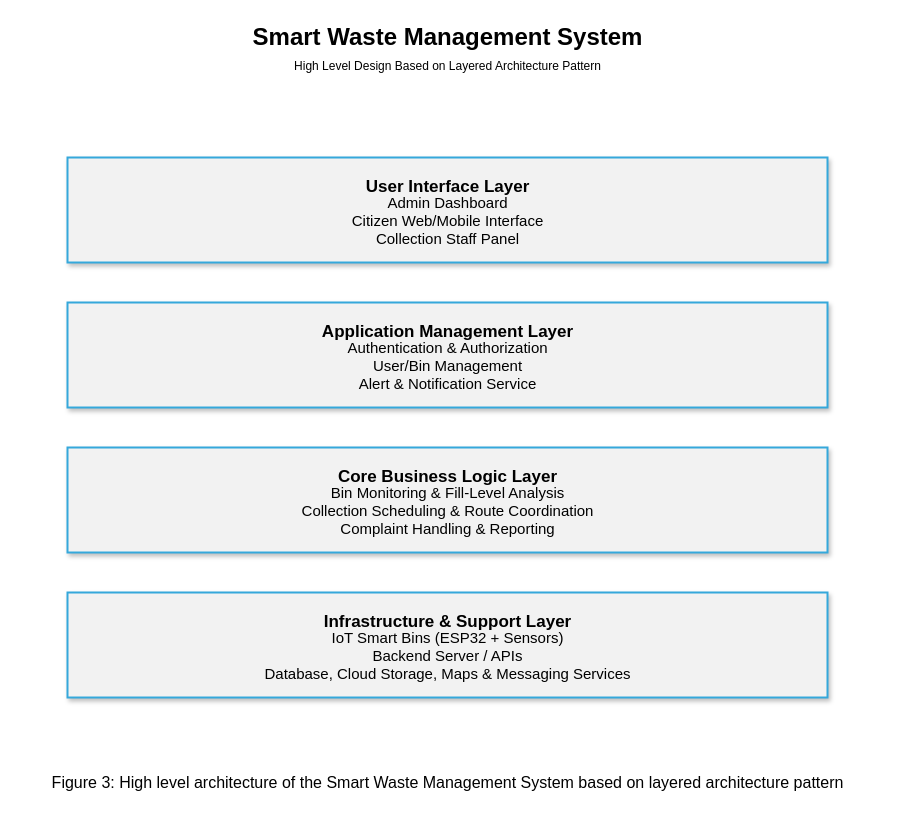
Earlier version of the draw.io diagram Documentation/High-Level-Architecture.drawio (nknilandu/EcoWaste-Smart-Waste-Management-System). Source tidied: cells renumbered, new cells numbered last; positions are measured from the earlier drawing's top-left corner, leaving out a move shared by most shapes. Both pictures are drawn from the tidied source at 100%, with x=0, y=0 at pixel (17, 17).
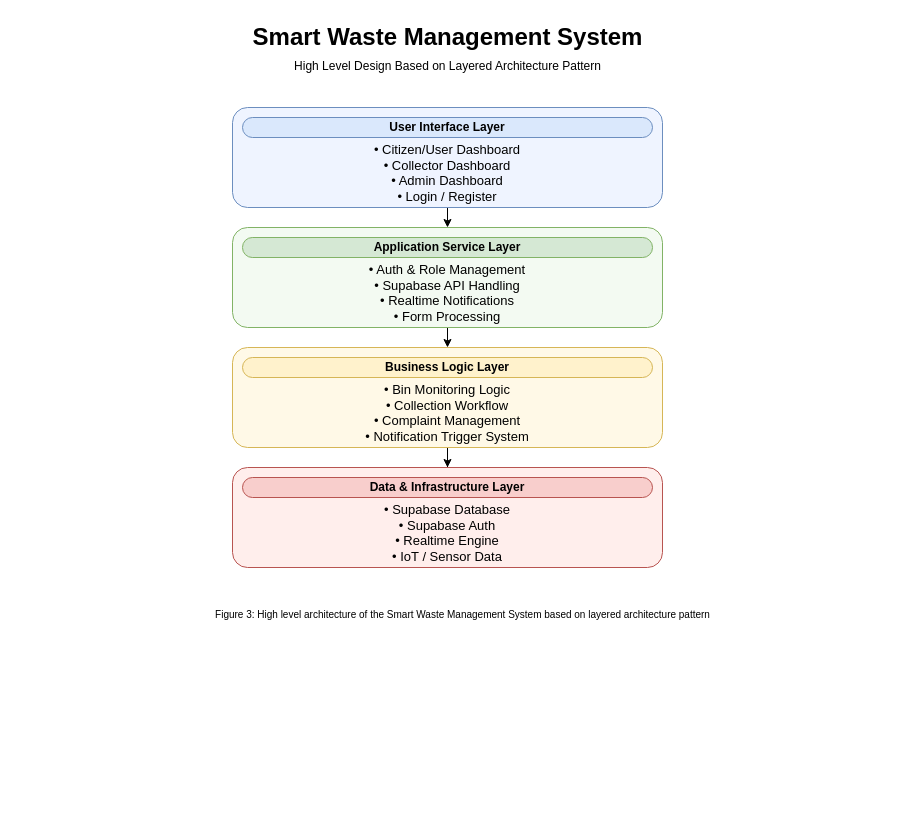
The same diagram, later.

The edit, as a diff of the source:
```diff
@@
 <mxGraphModel>
   <root>
     <mxCell id="0" />
     <mxCell id="1" parent="0" />
     <mxCell id="2" value="Smart Waste Management System" style="text;html=1;align=center;verticalAlign=middle;fontSize=24;fontStyle=1;strokeColor=none;fillColor=none;" parent="1" vertex="1">
       <mxGeometry x="130" width="600" height="40" as="geometry" />
     </mxCell>
     <mxCell id="3" value="High Level Design Based on Layered Architecture Pattern" style="text;html=1;align=center;verticalAlign=middle;fontSize=12;strokeColor=none;fillColor=none;" parent="1" vertex="1">
       <mxGeometry x="140" y="38" width="580" height="22" as="geometry" />
     </mxCell>
-    <mxCell id="4" style="rounded=0;whiteSpace=wrap;html=1;fillColor=#f2f2f2;strokeColor=#35A8DB;strokeWidth=2;shadow=1;" parent="1" vertex="1">
-      <mxGeometry x="50" y="140" width="760" height="105" as="geometry" />
-    </mxCell>
+    <mxCell id="16" value="&lt;font style=&quot;font-size: 10px;&quot;&gt;Figure 3: High level architecture of the Smart Waste Management System based on layered architecture pattern&lt;/font&gt;" style="text;html=1;align=center;verticalAlign=middle;fontSize=16;strokeColor=none;fillColor=none;" parent="1" vertex="1">
+      <mxGeometry x="15" y="580" width="860" height="30" as="geometry" />
+    </mxCell>
+    <mxCell id="17" style="edgeStyle=orthogonalEdgeStyle;rounded=0;jettySize=auto;html=1;exitX=0.5;exitY=1;exitDx=0;exitDy=0;entryX=0.5;entryY=0;entryDx=0;entryDy=0;" parent="1" edge="1" source="18" target="20">
+      <mxGeometry relative="1" as="geometry" />
+    </mxCell>
+    <mxCell id="18" value="&lt;div&gt;&lt;font style=&quot;font-size: 13px;&quot;&gt;&lt;br&gt;&lt;/font&gt;&lt;/div&gt;&lt;font style=&quot;font-size: 13px;&quot;&gt;&lt;br&gt;• Citizen/User Dashboard&lt;br&gt;• Collector Dashboard&lt;br&gt;• Admin Dashboard&lt;br&gt;• Login / Register&lt;/font&gt;" style="rounded=1;whiteSpace=wrap;html=1;fillColor=#EFF4FF;strokeColor=#6c8ebf;" parent="1" vertex="1">
+      <mxGeometry x="215" y="90" width="430" height="100" as="geometry" />
+    </mxCell>
+    <mxCell id="19" style="edgeStyle=orthogonalEdgeStyle;rounded=0;jettySize=auto;html=1;exitX=0.5;exitY=1;exitDx=0;exitDy=0;entryX=0.5;entryY=0;entryDx=0;entryDy=0;" parent="1" edge="1" source="20" target="22">
+      <mxGeometry relative="1" as="geometry" />
+    </mxCell>
+    <mxCell id="20" value="&lt;div&gt;&lt;font style=&quot;font-size: 13px;&quot;&gt;&lt;br&gt;&lt;/font&gt;&lt;/div&gt;&lt;font style=&quot;font-size: 13px;&quot;&gt;&lt;br&gt;• Auth &amp;amp; Role Management&lt;br&gt;• Supabase API Handling&lt;br&gt;• Realtime Notifications&lt;br&gt;• Form Processing&lt;/font&gt;" style="rounded=1;whiteSpace=wrap;html=1;fillColor=#F3FAF2;strokeColor=#82b366;" parent="1" vertex="1">
+      <mxGeometry x="215" y="210" width="430" height="100" as="geometry" />
+    </mxCell>
+    <mxCell id="21" style="edgeStyle=orthogonalEdgeStyle;rounded=0;jettySize=auto;html=1;exitX=0.5;exitY=1;exitDx=0;exitDy=0;" parent="1" edge="1" source="22" target="23">
+      <mxGeometry relative="1" as="geometry" />
+    </mxCell>
+    <mxCell id="22" value="&lt;div&gt;&lt;font style=&quot;font-size: 13px;&quot;&gt;&lt;br&gt;&lt;/font&gt;&lt;/div&gt;&lt;font style=&quot;font-size: 13px;&quot;&gt;&lt;br&gt;• Bin Monitoring Logic&lt;br&gt;• Collection Workflow&lt;br&gt;• Complaint Management&lt;br&gt;• Notification Trigger System&lt;/font&gt;" style="rounded=1;whiteSpace=wrap;html=1;fillColor=#FFF9E7;strokeColor=#d6b656;" parent="1" vertex="1">
+      <mxGeometry x="215" y="330" width="430" height="100" as="geometry" />
+    </mxCell>
+    <mxCell id="23" value="&lt;div&gt;&lt;font style=&quot;font-size: 13px;&quot;&gt;&lt;br&gt;&lt;/font&gt;&lt;/div&gt;&lt;font style=&quot;font-size: 13px;&quot;&gt;&lt;br&gt;• Supabase Database&lt;br&gt;• Supabase Auth&lt;br&gt;• Realtime Engine&lt;br&gt;• IoT / Sensor Data&lt;/font&gt;" style="rounded=1;whiteSpace=wrap;html=1;fillColor=#FFEEEC;strokeColor=#b85450;" parent="1" vertex="1">
+      <mxGeometry x="215" y="450" width="430" height="100" as="geometry" />
+    </mxCell>
-    <mxCell id="5" value="User Interface Layer" style="text;html=1;align=center;verticalAlign=middle;fontSize=17;fontStyle=1;strokeColor=none;fillColor=none;" parent="1" vertex="1">
-      <mxGeometry x="100" y="156" width="660" height="28" as="geometry" />
+    <mxCell id="5" value="&lt;b&gt;User Interface Layer&lt;/b&gt;" style="rounded=1;whiteSpace=wrap;html=1;fillColor=#dae8fc;strokeColor=#6c8ebf;arcSize=50;" parent="1" vertex="1">
+      <mxGeometry x="225" y="100" width="410" height="20" as="geometry" />
     </mxCell>
-    <mxCell id="6" value="Admin Dashboard&lt;br/&gt;Citizen Web/Mobile Interface&lt;br/&gt;Collection Staff Panel" style="text;html=1;align=center;verticalAlign=middle;fontSize=15;strokeColor=none;fillColor=none;" parent="1" vertex="1">
-      <mxGeometry x="90" y="184" width="680" height="38" as="geometry" />
-    </mxCell>
-    <mxCell id="7" style="rounded=0;whiteSpace=wrap;html=1;fillColor=#f2f2f2;strokeColor=#35A8DB;strokeWidth=2;shadow=1;" parent="1" vertex="1">
-      <mxGeometry x="50" y="285" width="760" height="105" as="geometry" />
-    </mxCell>
-    <mxCell id="8" value="Application Management Layer" style="text;html=1;align=center;verticalAlign=middle;fontSize=17;fontStyle=1;strokeColor=none;fillColor=none;" parent="1" vertex="1">
-      <mxGeometry x="100" y="301" width="660" height="28" as="geometry" />
-    </mxCell>
-    <mxCell id="9" value="Authentication &amp;amp; Authorization&lt;br/&gt;User/Bin Management&lt;br/&gt;Alert &amp;amp; Notification Service" style="text;html=1;align=center;verticalAlign=middle;fontSize=15;strokeColor=none;fillColor=none;" parent="1" vertex="1">
-      <mxGeometry x="90" y="329" width="680" height="38" as="geometry" />
-    </mxCell>
-    <mxCell id="10" style="rounded=0;whiteSpace=wrap;html=1;fillColor=#f2f2f2;strokeColor=#35A8DB;strokeWidth=2;shadow=1;" parent="1" vertex="1">
-      <mxGeometry x="50" y="430" width="760" height="105" as="geometry" />
-    </mxCell>
-    <mxCell id="11" value="Core Business Logic Layer" style="text;html=1;align=center;verticalAlign=middle;fontSize=17;fontStyle=1;strokeColor=none;fillColor=none;" parent="1" vertex="1">
-      <mxGeometry x="100" y="446" width="660" height="28" as="geometry" />
-    </mxCell>
-    <mxCell id="12" value="Bin Monitoring &amp;amp; Fill-Level Analysis&lt;br/&gt;Collection Scheduling &amp;amp; Route Coordination&lt;br/&gt;Complaint Handling &amp;amp; Reporting" style="text;html=1;align=center;verticalAlign=middle;fontSize=15;strokeColor=none;fillColor=none;" parent="1" vertex="1">
-      <mxGeometry x="90" y="474" width="680" height="38" as="geometry" />
-    </mxCell>
-    <mxCell id="13" style="rounded=0;whiteSpace=wrap;html=1;fillColor=#f2f2f2;strokeColor=#35A8DB;strokeWidth=2;shadow=1;perimeterSpacing=0;" parent="1" vertex="1">
-      <mxGeometry x="50" y="575" width="760" height="105" as="geometry" />
-    </mxCell>
-    <mxCell id="14" value="Infrastructure &amp;amp; Support Layer" style="text;html=1;align=center;verticalAlign=middle;fontSize=17;fontStyle=1;strokeColor=none;fillColor=none;" parent="1" vertex="1">
-      <mxGeometry x="100" y="591" width="660" height="28" as="geometry" />
-    </mxCell>
-    <mxCell id="15" value="IoT Smart Bins (ESP32 + Sensors)&lt;br/&gt;Backend Server / APIs&lt;br/&gt;Database, Cloud Storage, Maps &amp;amp; Messaging Services" style="text;html=1;align=center;verticalAlign=middle;fontSize=15;strokeColor=none;fillColor=none;" parent="1" vertex="1">
-      <mxGeometry x="90" y="619" width="680" height="38" as="geometry" />
-    </mxCell>
-    <mxCell id="16" value="Figure 3: High level architecture of the Smart Waste Management System based on layered architecture pattern" style="text;html=1;align=center;verticalAlign=middle;fontSize=16;strokeColor=none;fillColor=none;" parent="1" vertex="1">
-      <mxGeometry y="750" width="860" height="30" as="geometry" />
-    </mxCell>
+    <mxCell id="24" value="&lt;b&gt;Application Service Layer&lt;/b&gt;" style="rounded=1;whiteSpace=wrap;html=1;fillColor=#d5e8d4;strokeColor=#82b366;arcSize=49;" parent="1" vertex="1">
+      <mxGeometry x="225" y="220" width="410" height="20" as="geometry" />
+    </mxCell>
+    <mxCell id="25" value="&lt;b&gt;Business Logic Layer&lt;/b&gt;" style="rounded=1;whiteSpace=wrap;html=1;fillColor=#fff2cc;strokeColor=#d6b656;arcSize=50;" parent="1" vertex="1">
+      <mxGeometry x="225" y="340" width="410" height="20" as="geometry" />
+    </mxCell>
+    <mxCell id="26" value="&lt;b&gt;Data &amp;amp; Infrastructure Layer&lt;/b&gt;" style="rounded=1;whiteSpace=wrap;html=1;fillColor=#f8cecc;strokeColor=#b85450;arcSize=50;" parent="1" vertex="1">
+      <mxGeometry x="225" y="460" width="410" height="20" as="geometry" />
+    </mxCell>
   </root>
 </mxGraphModel>
```
